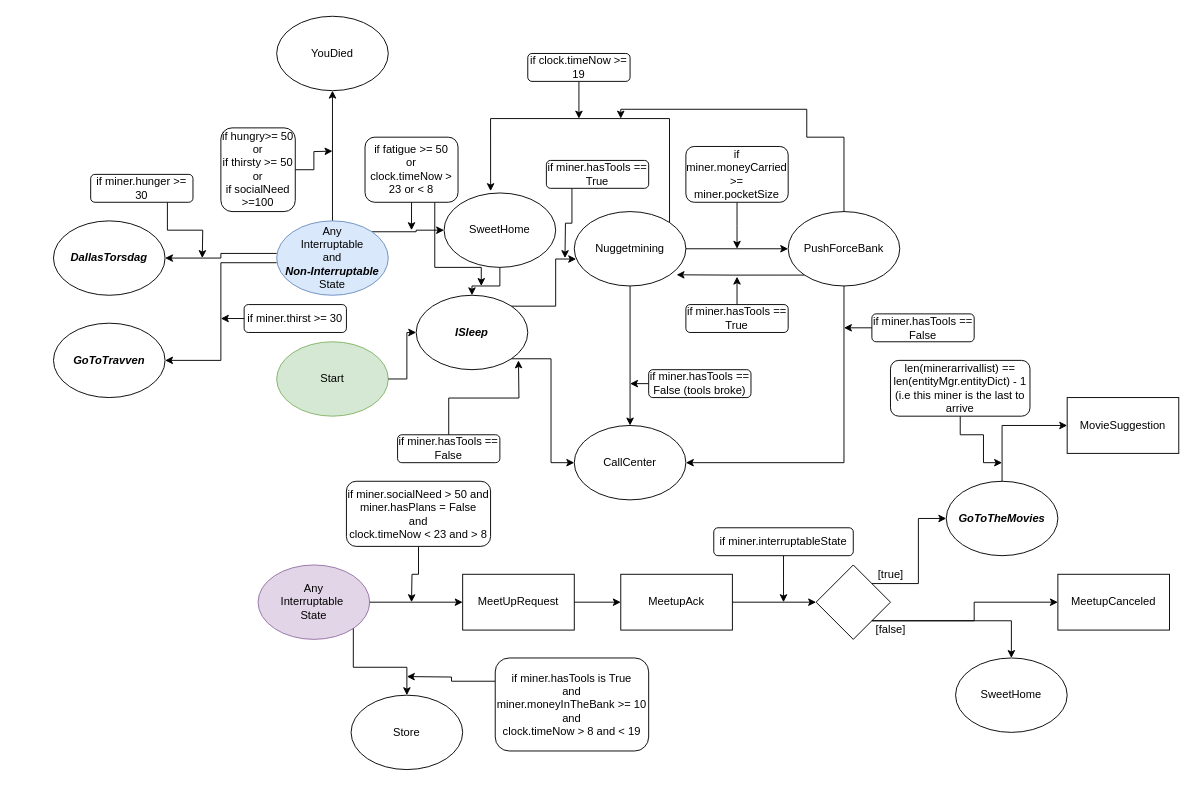
This is labb1/State Transition chart.drawio from potispenserr/ai, a draw.io file, before an edit. Source tidied: cells renumbered, new cells numbered last; positions are measured from the earlier drawing's top-left corner, leaving out a move shared by most shapes. Both pictures are drawn from the tidied source at 93%, with x=0, y=0 at pixel (53, 16).
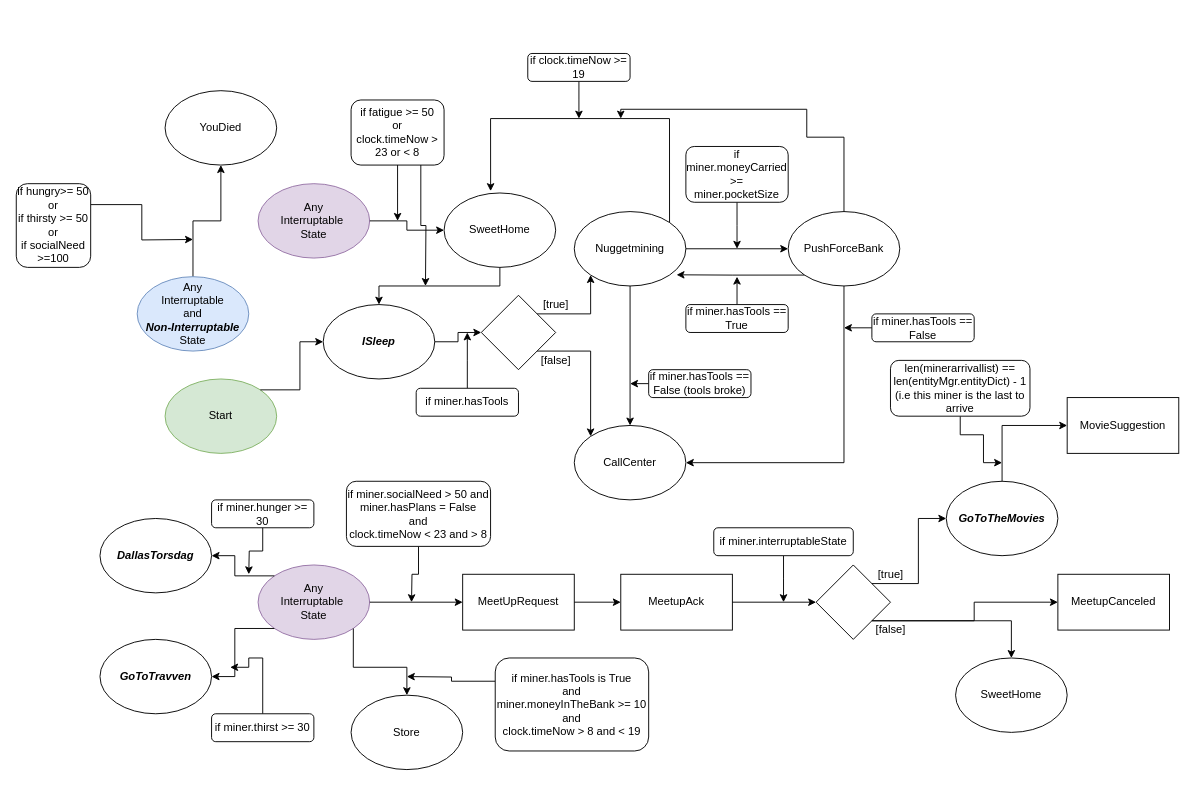
The same diagram, later.

Commit message (it also covers changes not shown here):
updated State Transition chart

Unchanged cells that the change refers to:
```xml
<mxCell id="3" style="ellipse;whiteSpace=wrap;html=1;" parent="2" vertex="1">
  <mxGeometry width="120" height="80" as="geometry" />
</mxCell>
<mxCell id="7" style="ellipse;whiteSpace=wrap;html=1;fillColor=#d5e8d4;strokeColor=#82b366;" parent="5" vertex="1">
  <mxGeometry width="120" height="80" as="geometry" />
</mxCell>
<mxCell id="22" style="ellipse;whiteSpace=wrap;html=1;" parent="21" vertex="1">
  <mxGeometry width="120" height="80" as="geometry" />
</mxCell>
<mxCell id="25" style="ellipse;whiteSpace=wrap;html=1;" parent="24" vertex="1">
  <mxGeometry width="120" height="80" as="geometry" />
</mxCell>
<mxCell id="30" style="ellipse;whiteSpace=wrap;html=1;" parent="29" vertex="1">
  <mxGeometry width="120" height="80" as="geometry" />
</mxCell>
<mxCell id="56" style="ellipse;whiteSpace=wrap;html=1;fillColor=#dae8fc;strokeColor=#6c8ebf;" parent="55" vertex="1">
  <mxGeometry width="120" height="80" as="geometry" />
</mxCell>
<mxCell id="57" value="&lt;div&gt;Any &lt;br&gt;Interruptable&lt;/div&gt;&lt;div&gt;and&lt;/div&gt;&lt;div&gt;&lt;b&gt;&lt;i&gt;Non-Interruptable&lt;/i&gt;&lt;/b&gt;&lt;br&gt;State&lt;/div&gt;" style="text;html=1;strokeColor=none;fillColor=none;align=center;verticalAlign=middle;whiteSpace=wrap;rounded=0;" parent="55" vertex="1">
  <mxGeometry y="30" width="120" height="20" as="geometry" />
</mxCell>
<mxCell id="62" style="ellipse;whiteSpace=wrap;html=1;fillColor=#e1d5e7;strokeColor=#9673a6;" parent="61" vertex="1">
  <mxGeometry width="120" height="80" as="geometry" />
</mxCell>
<mxCell id="98" style="ellipse;whiteSpace=wrap;html=1;" parent="97" vertex="1">
  <mxGeometry width="120" height="80" as="geometry" />
</mxCell>
<mxCell id="102" style="ellipse;whiteSpace=wrap;html=1;" parent="101" vertex="1">
  <mxGeometry width="120" height="80" as="geometry" />
</mxCell>
```

Change to the diagram source:
```diff
@@
     <mxCell id="5" style="group;fillColor=none;" parent="1" vertex="1">
-      <mxGeometry x="240" y="350" width="120" height="80" as="geometry" />
+      <mxGeometry x="120" y="390" width="120" height="80" as="geometry" />
     </mxCell>
@@
-    <mxCell id="9" style="edgeStyle=orthogonalEdgeStyle;rounded=0;jettySize=auto;html=1;exitX=1;exitY=0;exitDx=0;exitDy=0;" parent="1" edge="1" source="56" target="3">
-      <mxGeometry relative="1" as="geometry" />
-    </mxCell>
     <mxCell id="10" style="group;" parent="1" vertex="1">
-      <mxGeometry x="240" width="120" height="80" as="geometry" />
+      <mxGeometry x="120" y="80" width="120" height="80" as="geometry" />
     </mxCell>
@@
-    <mxCell id="15" style="edgeStyle=orthogonalEdgeStyle;rounded=0;jettySize=auto;html=1;exitX=1;exitY=0.5;exitDx=0;exitDy=0;" parent="1" edge="1" source="16">
-      <mxGeometry relative="1" as="geometry">
-        <mxPoint x="300" y="145" as="targetPoint" />
-      </mxGeometry>
-    </mxCell>
+    <mxCell id="110" style="edgeStyle=orthogonalEdgeStyle;rounded=0;jettySize=auto;html=1;exitX=1;exitY=0.25;exitDx=0;exitDy=0;" parent="1" edge="1" source="16">
+      <mxGeometry relative="1" as="geometry">
+        <mxPoint x="150" y="240" as="targetPoint" />
+      </mxGeometry>
+    </mxCell>
     <mxCell id="16" value="&lt;div&gt;if hungry&amp;gt;= 50&lt;/div&gt;&lt;div&gt;or&lt;/div&gt;&lt;div&gt;if thirsty &amp;gt;= 50&lt;br&gt;&lt;/div&gt;&lt;div&gt;or&lt;/div&gt;&lt;div&gt;if socialNeed &amp;gt;=100&lt;/div&gt;" style="rounded=1;whiteSpace=wrap;html=1;" parent="1" vertex="1">
-      <mxGeometry x="180" y="120" width="80" height="90" as="geometry" />
+      <mxGeometry x="-40" y="180" width="80" height="90" as="geometry" />
     </mxCell>
-    <mxCell id="17" style="edgeStyle=orthogonalEdgeStyle;rounded=0;jettySize=auto;html=1;exitX=0.5;exitY=1;exitDx=0;exitDy=0;" parent="1" edge="1" source="58">
-      <mxGeometry relative="1" as="geometry">
-        <mxPoint x="385" y="230" as="targetPoint" />
-      </mxGeometry>
-    </mxCell>
@@
-    <mxCell id="19" style="edgeStyle=orthogonalEdgeStyle;rounded=0;jettySize=auto;html=1;exitX=0.75;exitY=1;exitDx=0;exitDy=0;" parent="1" edge="1" source="58">
-      <mxGeometry relative="1" as="geometry">
-        <mxPoint x="460" y="290" as="targetPoint" />
-        <Array as="points">
-          <mxPoint x="410" y="270" />
-          <mxPoint x="460" y="270" />
-        </Array>
-      </mxGeometry>
-    </mxCell>
-    <mxCell id="20" style="edgeStyle=orthogonalEdgeStyle;rounded=0;jettySize=auto;html=1;exitX=1;exitY=0.5;exitDx=0;exitDy=0;" parent="1" edge="1" source="7" target="22">
-      <mxGeometry relative="1" as="geometry" />
-    </mxCell>
     <mxCell id="21" style="group;" parent="1" vertex="1">
-      <mxGeometry x="390" y="300" width="120" height="80" as="geometry" />
+      <mxGeometry x="290" y="310" width="120" height="80" as="geometry" />
     </mxCell>
@@
-    <mxCell id="27" style="edgeStyle=orthogonalEdgeStyle;rounded=0;jettySize=auto;html=1;exitX=0.25;exitY=1;exitDx=0;exitDy=0;" parent="1" edge="1" source="28">
-      <mxGeometry relative="1" as="geometry">
-        <mxPoint x="550" y="260" as="targetPoint" />
-      </mxGeometry>
-    </mxCell>
-    <mxCell id="28" value="if miner.hasTools == True" style="rounded=1;whiteSpace=wrap;html=1;" parent="1" vertex="1">
-      <mxGeometry x="530" y="155" width="110" height="30" as="geometry" />
-    </mxCell>
@@
-    <mxCell id="32" style="edgeStyle=orthogonalEdgeStyle;rounded=0;jettySize=auto;html=1;exitX=0.5;exitY=0;exitDx=0;exitDy=0;" parent="1" edge="1" source="33">
-      <mxGeometry relative="1" as="geometry">
-        <mxPoint x="500" y="370" as="targetPoint" />
-      </mxGeometry>
-    </mxCell>
+    <mxCell id="111" style="edgeStyle=orthogonalEdgeStyle;rounded=0;jettySize=auto;html=1;exitX=0.5;exitY=0;exitDx=0;exitDy=0;" parent="1" edge="1" source="33">
+      <mxGeometry relative="1" as="geometry">
+        <mxPoint x="445" y="340" as="targetPoint" />
+      </mxGeometry>
+    </mxCell>
-    <mxCell id="33" value="if miner.hasTools == False" style="rounded=1;whiteSpace=wrap;html=1;" parent="1" vertex="1">
-      <mxGeometry x="370" y="450" width="110" height="30" as="geometry" />
+    <mxCell id="33" value="if miner.hasTools" style="rounded=1;whiteSpace=wrap;html=1;" parent="1" vertex="1">
+      <mxGeometry x="390" y="400" width="110" height="30" as="geometry" />
     </mxCell>
-    <mxCell id="34" style="edgeStyle=orthogonalEdgeStyle;rounded=0;jettySize=auto;html=1;exitX=1;exitY=1;exitDx=0;exitDy=0;entryX=0;entryY=0.5;entryDx=0;entryDy=0;" parent="1" edge="1" source="22" target="30">
-      <mxGeometry relative="1" as="geometry" />
-    </mxCell>
-    <mxCell id="35" style="edgeStyle=orthogonalEdgeStyle;rounded=0;jettySize=auto;html=1;exitX=1;exitY=0;exitDx=0;exitDy=0;entryX=0.017;entryY=0.638;entryDx=0;entryDy=0;entryPerimeter=0;" parent="1" edge="1" source="22" target="25">
-      <mxGeometry relative="1" as="geometry">
-        <Array as="points">
-          <mxPoint x="540" y="312" />
-          <mxPoint x="540" y="261" />
-        </Array>
-      </mxGeometry>
-    </mxCell>
@@
     <mxCell id="55" style="group;" parent="1" vertex="1">
-      <mxGeometry x="240" y="220" width="120" height="80" as="geometry" />
+      <mxGeometry x="90" y="280" width="120" height="80" as="geometry" />
     </mxCell>
@@
+    <mxCell id="112" style="edgeStyle=orthogonalEdgeStyle;rounded=0;jettySize=auto;html=1;exitX=0.5;exitY=1;exitDx=0;exitDy=0;" parent="1" edge="1" source="58">
+      <mxGeometry relative="1" as="geometry">
+        <mxPoint x="370" y="220" as="targetPoint" />
+      </mxGeometry>
+    </mxCell>
+    <mxCell id="113" style="edgeStyle=orthogonalEdgeStyle;rounded=0;jettySize=auto;html=1;exitX=0.75;exitY=1;exitDx=0;exitDy=0;" parent="1" edge="1" source="58">
+      <mxGeometry relative="1" as="geometry">
+        <mxPoint x="400" y="290" as="targetPoint" />
+      </mxGeometry>
+    </mxCell>
     <mxCell id="58" value="if fatigue &amp;gt;= 50&lt;br&gt;or &lt;br&gt;clock.timeNow &amp;gt; 23 or &amp;lt; 8" style="rounded=1;whiteSpace=wrap;html=1;" parent="1" vertex="1">
-      <mxGeometry x="335" y="130" width="100" height="70" as="geometry" />
+      <mxGeometry x="320" y="90" width="100" height="70" as="geometry" />
     </mxCell>
@@
     <mxCell id="96" style="group;" parent="1" vertex="1">
-      <mxGeometry y="220" width="120" height="80" as="geometry" />
+      <mxGeometry x="50" y="540" width="120" height="80" as="geometry" />
     </mxCell>
@@
     <mxCell id="100" style="group;" parent="1" vertex="1">
-      <mxGeometry y="330" width="120" height="80" as="geometry" />
+      <mxGeometry x="50" y="670" width="120" height="80" as="geometry" />
     </mxCell>
@@
-    <mxCell id="104" style="edgeStyle=orthogonalEdgeStyle;rounded=0;jettySize=auto;html=1;exitX=0;exitY=0.25;exitDx=0;exitDy=0;" parent="1" edge="1" source="57" target="98">
-      <mxGeometry relative="1" as="geometry" />
-    </mxCell>
-    <mxCell id="105" style="edgeStyle=orthogonalEdgeStyle;rounded=0;jettySize=auto;html=1;exitX=0;exitY=0.75;exitDx=0;exitDy=0;entryX=1;entryY=0.5;entryDx=0;entryDy=0;" parent="1" edge="1" source="57" target="102">
-      <mxGeometry relative="1" as="geometry" />
-    </mxCell>
-    <mxCell id="106" style="edgeStyle=orthogonalEdgeStyle;rounded=0;jettySize=auto;html=1;exitX=0.75;exitY=1;exitDx=0;exitDy=0;" parent="1" edge="1" source="107">
-      <mxGeometry relative="1" as="geometry">
-        <mxPoint x="160" y="260" as="targetPoint" />
-      </mxGeometry>
-    </mxCell>
+    <mxCell id="114" style="edgeStyle=orthogonalEdgeStyle;rounded=0;jettySize=auto;html=1;exitX=0.5;exitY=1;exitDx=0;exitDy=0;" parent="1" edge="1" source="107">
+      <mxGeometry relative="1" as="geometry">
+        <mxPoint x="210" y="600" as="targetPoint" />
+      </mxGeometry>
+    </mxCell>
     <mxCell id="107" value="if miner.hunger &amp;gt;= 30" style="rounded=1;whiteSpace=wrap;html=1;" parent="1" vertex="1">
-      <mxGeometry x="40" y="170" width="110" height="30" as="geometry" />
+      <mxGeometry x="170" y="520" width="110" height="30" as="geometry" />
     </mxCell>
-    <mxCell id="108" style="edgeStyle=orthogonalEdgeStyle;rounded=0;jettySize=auto;html=1;exitX=0;exitY=0.5;exitDx=0;exitDy=0;" parent="1" edge="1" source="109">
-      <mxGeometry relative="1" as="geometry">
-        <mxPoint x="180" y="325" as="targetPoint" />
-      </mxGeometry>
-    </mxCell>
+    <mxCell id="115" style="edgeStyle=orthogonalEdgeStyle;rounded=0;jettySize=auto;html=1;exitX=0.5;exitY=0;exitDx=0;exitDy=0;" parent="1" edge="1" source="109">
+      <mxGeometry relative="1" as="geometry">
+        <mxPoint x="190" y="700" as="targetPoint" />
+        <Array as="points">
+          <mxPoint x="225" y="690" />
+          <mxPoint x="210" y="690" />
+        </Array>
+      </mxGeometry>
+    </mxCell>
     <mxCell id="109" value="if miner.thirst &amp;gt;= 30" style="rounded=1;whiteSpace=wrap;html=1;" parent="1" vertex="1">
-      <mxGeometry x="205" y="310" width="110" height="30" as="geometry" />
+      <mxGeometry x="170" y="750" width="110" height="30" as="geometry" />
     </mxCell>
+    <mxCell id="20" style="edgeStyle=orthogonalEdgeStyle;rounded=0;jettySize=auto;html=1;exitX=1;exitY=0;exitDx=0;exitDy=0;entryX=0;entryY=0.5;entryDx=0;entryDy=0;" parent="1" edge="1" source="7" target="22">
+      <mxGeometry relative="1" as="geometry" />
+    </mxCell>
+    <mxCell id="116" style="edgeStyle=orthogonalEdgeStyle;rounded=0;jettySize=auto;html=1;exitX=1;exitY=0;exitDx=0;exitDy=0;entryX=0;entryY=1;entryDx=0;entryDy=0;" parent="1" edge="1" source="118" target="25">
+      <mxGeometry relative="1" as="geometry" />
+    </mxCell>
+    <mxCell id="117" style="edgeStyle=orthogonalEdgeStyle;rounded=0;jettySize=auto;html=1;exitX=1;exitY=1;exitDx=0;exitDy=0;entryX=0;entryY=0;entryDx=0;entryDy=0;" parent="1" edge="1" source="118" target="30">
+      <mxGeometry relative="1" as="geometry" />
+    </mxCell>
+    <mxCell id="118" style="rhombus;whiteSpace=wrap;html=1;" parent="1" vertex="1">
+      <mxGeometry x="460" y="300" width="80" height="80" as="geometry" />
+    </mxCell>
+    <mxCell id="119" style="edgeStyle=orthogonalEdgeStyle;rounded=0;jettySize=auto;html=1;exitX=1;exitY=0.5;exitDx=0;exitDy=0;entryX=0;entryY=0.5;entryDx=0;entryDy=0;" parent="1" edge="1" source="22" target="118">
+      <mxGeometry relative="1" as="geometry" />
+    </mxCell>
+    <mxCell id="120" value="[true]" style="text;html=1;align=center;verticalAlign=middle;" parent="1" vertex="1">
+      <mxGeometry x="520" y="300" width="40" height="20" as="geometry" />
+    </mxCell>
+    <mxCell id="121" value="[false]" style="text;html=1;align=center;verticalAlign=middle;" parent="1" vertex="1">
+      <mxGeometry x="515" y="360" width="50" height="20" as="geometry" />
+    </mxCell>
+    <mxCell id="122" style="edgeStyle=orthogonalEdgeStyle;rounded=0;jettySize=auto;html=1;exitX=0;exitY=1;exitDx=0;exitDy=0;entryX=1;entryY=0.5;entryDx=0;entryDy=0;" parent="1" edge="1" source="62" target="102">
+      <mxGeometry relative="1" as="geometry" />
+    </mxCell>
+    <mxCell id="123" style="edgeStyle=orthogonalEdgeStyle;rounded=0;jettySize=auto;html=1;exitX=0;exitY=0;exitDx=0;exitDy=0;entryX=1;entryY=0.5;entryDx=0;entryDy=0;" parent="1" edge="1" source="62" target="98">
+      <mxGeometry relative="1" as="geometry" />
+    </mxCell>
+    <mxCell id="124" style="group;" parent="1" vertex="1">
+      <mxGeometry x="220" y="180" width="120" height="80" as="geometry" />
+    </mxCell>
+    <mxCell id="125" style="group;" parent="124" vertex="1">
+      <mxGeometry width="120" height="80" as="geometry" />
+    </mxCell>
+    <mxCell id="126" style="group;fillColor=none;strokeColor=none;gradientColor=#ffffff;" parent="125" vertex="1">
+      <mxGeometry width="120" height="80" as="geometry" />
+    </mxCell>
+    <mxCell id="127" style="ellipse;whiteSpace=wrap;html=1;fillColor=#e1d5e7;strokeColor=#9673a6;" parent="126" vertex="1">
+      <mxGeometry width="120" height="80" as="geometry" />
+    </mxCell>
+    <mxCell id="128" value="&lt;div&gt;Any&lt;/div&gt;&lt;div&gt;Interruptable&amp;nbsp;&lt;/div&gt;&lt;div&gt;State&lt;/div&gt;" style="text;html=1;align=center;verticalAlign=middle;whiteSpace=wrap;rounded=0;" parent="126" vertex="1">
+      <mxGeometry x="20" y="15" width="80" height="50" as="geometry" />
+    </mxCell>
+    <mxCell id="129" style="edgeStyle=orthogonalEdgeStyle;rounded=0;jettySize=auto;html=1;exitX=1;exitY=0.5;exitDx=0;exitDy=0;entryX=0;entryY=0.5;entryDx=0;entryDy=0;" parent="1" edge="1" source="127" target="3">
+      <mxGeometry relative="1" as="geometry" />
+    </mxCell>
```
